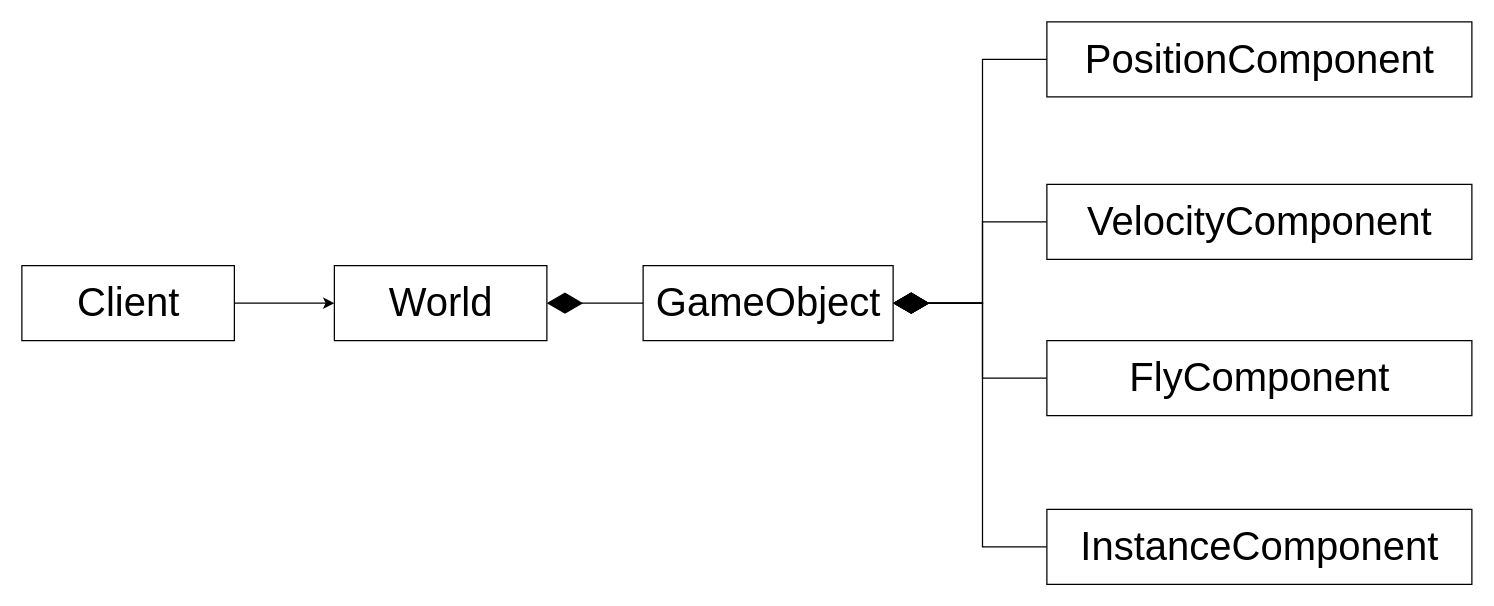
The draw.io diagram packages/ECS模式/story_after/UML.drawio in yyc-git/3DProgramPattern, before the edit. Source tidied: cells renumbered, new cells numbered last; positions are measured from the earlier drawing's top-left corner, leaving out a move shared by most shapes. Both pictures are drawn from the tidied source at 125%, with x=0, y=0 at pixel (21, 21).
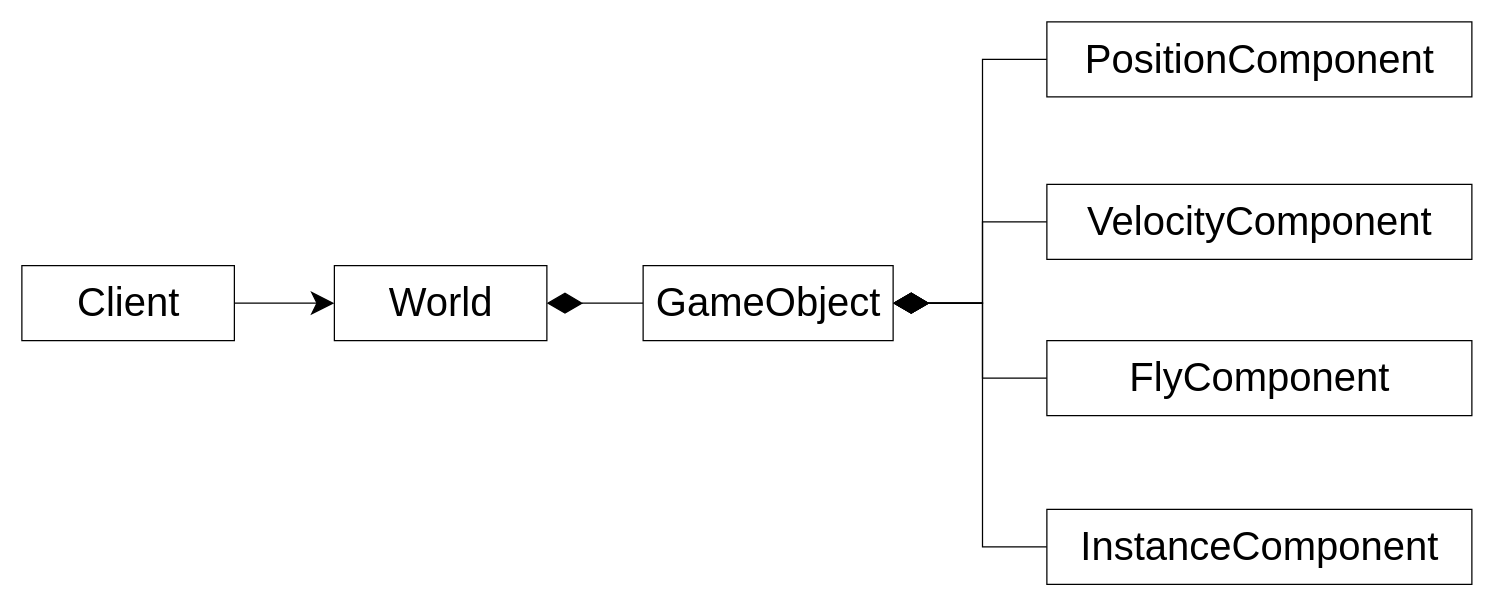
After the change.

What changed in the source:
```diff
@@
 <mxGraphModel>
   <root>
     <mxCell id="0" />
     <mxCell id="1" parent="0" />
-    <mxCell id="2" style="edgeStyle=orthogonalEdgeStyle;rounded=0;jettySize=auto;html=1;" parent="1" edge="1" source="3" target="5">
+    <mxCell id="2" style="edgeStyle=orthogonalEdgeStyle;rounded=0;jettySize=auto;html=1;endSize=16;startSize=16;" parent="1" edge="1" source="3" target="5">
       <mxGeometry relative="1" as="geometry" />
     </mxCell>
     <mxCell id="3" value="Client" style="html=1;fontSize=32;" parent="1" vertex="1">
       <mxGeometry y="195" width="170" height="60" as="geometry" />
     </mxCell>
     <mxCell id="4" style="edgeStyle=orthogonalEdgeStyle;rounded=0;jettySize=auto;html=1;startArrow=diamondThin;startFill=1;endArrow=none;endFill=0;endSize=26;startSize=26;" parent="1" edge="1" source="5" target="10">
       <mxGeometry relative="1" as="geometry" />
     </mxCell>
     <mxCell id="5" value="World" style="html=1;fontSize=32;" parent="1" vertex="1">
       <mxGeometry x="250" y="195" width="170" height="60" as="geometry" />
     </mxCell>
     <mxCell id="6" style="edgeStyle=orthogonalEdgeStyle;rounded=0;jettySize=auto;html=1;startArrow=diamondThin;startFill=1;endArrow=none;endFill=0;endSize=26;startSize=26;entryX=0;entryY=0.5;entryDx=0;entryDy=0;" parent="1" edge="1" source="10" target="11">
       <mxGeometry relative="1" as="geometry" />
     </mxCell>
     <mxCell id="7" style="edgeStyle=orthogonalEdgeStyle;rounded=0;jettySize=auto;html=1;entryX=0;entryY=0.5;entryDx=0;entryDy=0;startArrow=diamondThin;startFill=1;endArrow=none;endFill=0;startSize=26;endSize=26;" parent="1" edge="1" source="10" target="12">
       <mxGeometry relative="1" as="geometry" />
     </mxCell>
     <mxCell id="8" style="edgeStyle=orthogonalEdgeStyle;rounded=0;jettySize=auto;html=1;entryX=0;entryY=0.5;entryDx=0;entryDy=0;startArrow=diamondThin;startFill=1;endArrow=none;endFill=0;startSize=26;endSize=26;" parent="1" edge="1" source="10" target="13">
       <mxGeometry relative="1" as="geometry" />
     </mxCell>
     <mxCell id="9" style="edgeStyle=orthogonalEdgeStyle;rounded=0;jettySize=auto;html=1;entryX=0;entryY=0.5;entryDx=0;entryDy=0;startArrow=diamondThin;startFill=1;endArrow=none;endFill=0;startSize=26;endSize=26;" parent="1" edge="1" source="10" target="14">
       <mxGeometry relative="1" as="geometry" />
     </mxCell>
     <mxCell id="10" value="GameObject" style="html=1;fontSize=32;" parent="1" vertex="1">
       <mxGeometry x="497" y="195" width="200" height="60" as="geometry" />
     </mxCell>
     <mxCell id="11" value="PositionComponent" style="html=1;fontSize=32;" parent="1" vertex="1">
       <mxGeometry x="820" width="340" height="60" as="geometry" />
     </mxCell>
     <mxCell id="12" value="VelocityComponent" style="html=1;fontSize=32;" parent="1" vertex="1">
       <mxGeometry x="820" y="130" width="340" height="60" as="geometry" />
     </mxCell>
     <mxCell id="13" value="FlyComponent" style="html=1;fontSize=32;" parent="1" vertex="1">
       <mxGeometry x="820" y="255" width="340" height="60" as="geometry" />
     </mxCell>
     <mxCell id="14" value="InstanceComponent" style="html=1;fontSize=32;" parent="1" vertex="1">
       <mxGeometry x="820" y="390" width="340" height="60" as="geometry" />
     </mxCell>
   </root>
 </mxGraphModel>
```
